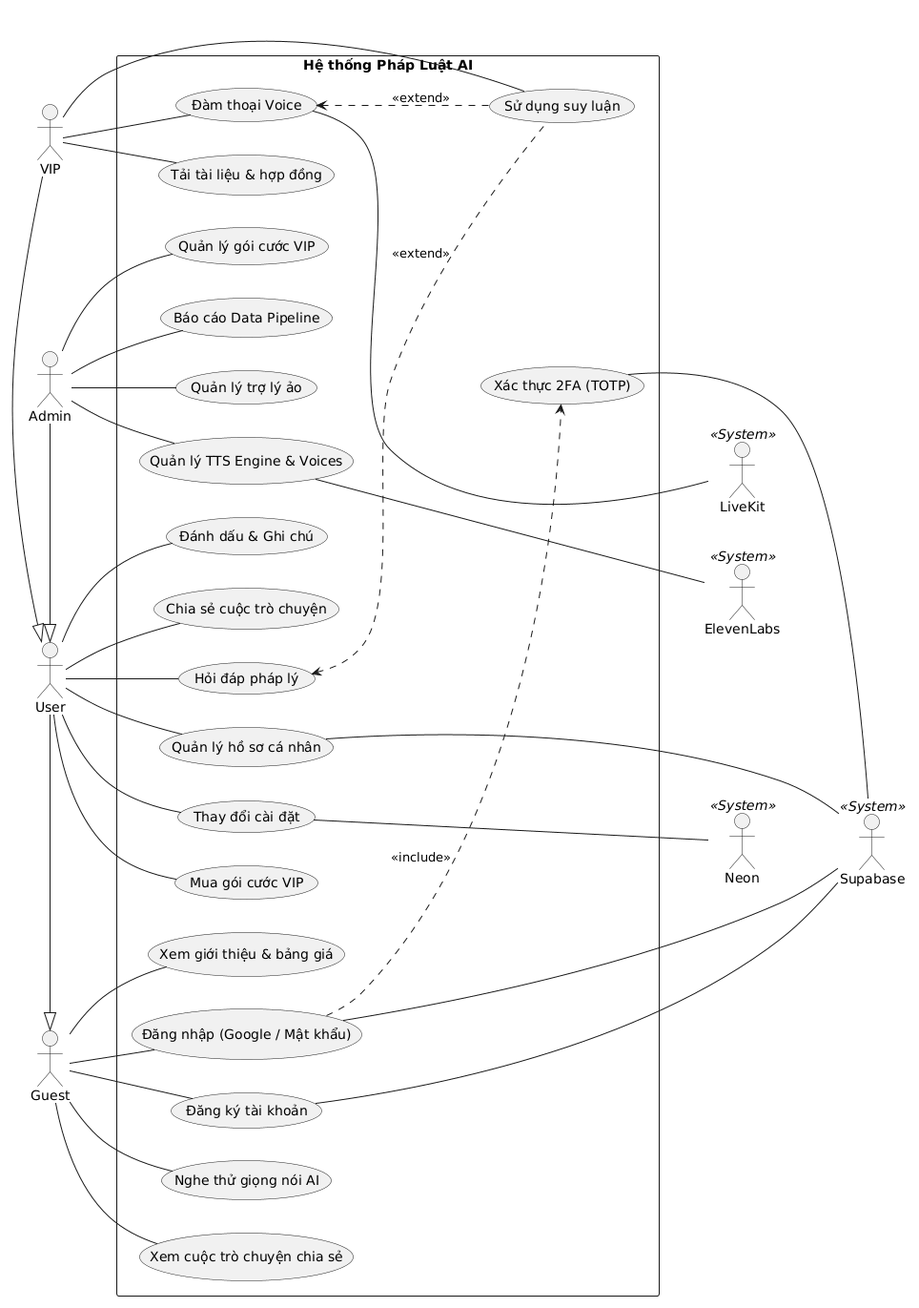
Earlier version of the PlantUML export docs/1. Tổng quan đề tài/1.3. Bài toán nghiệp vụ/UseCase.png (20206205Tech/docs-markdown).
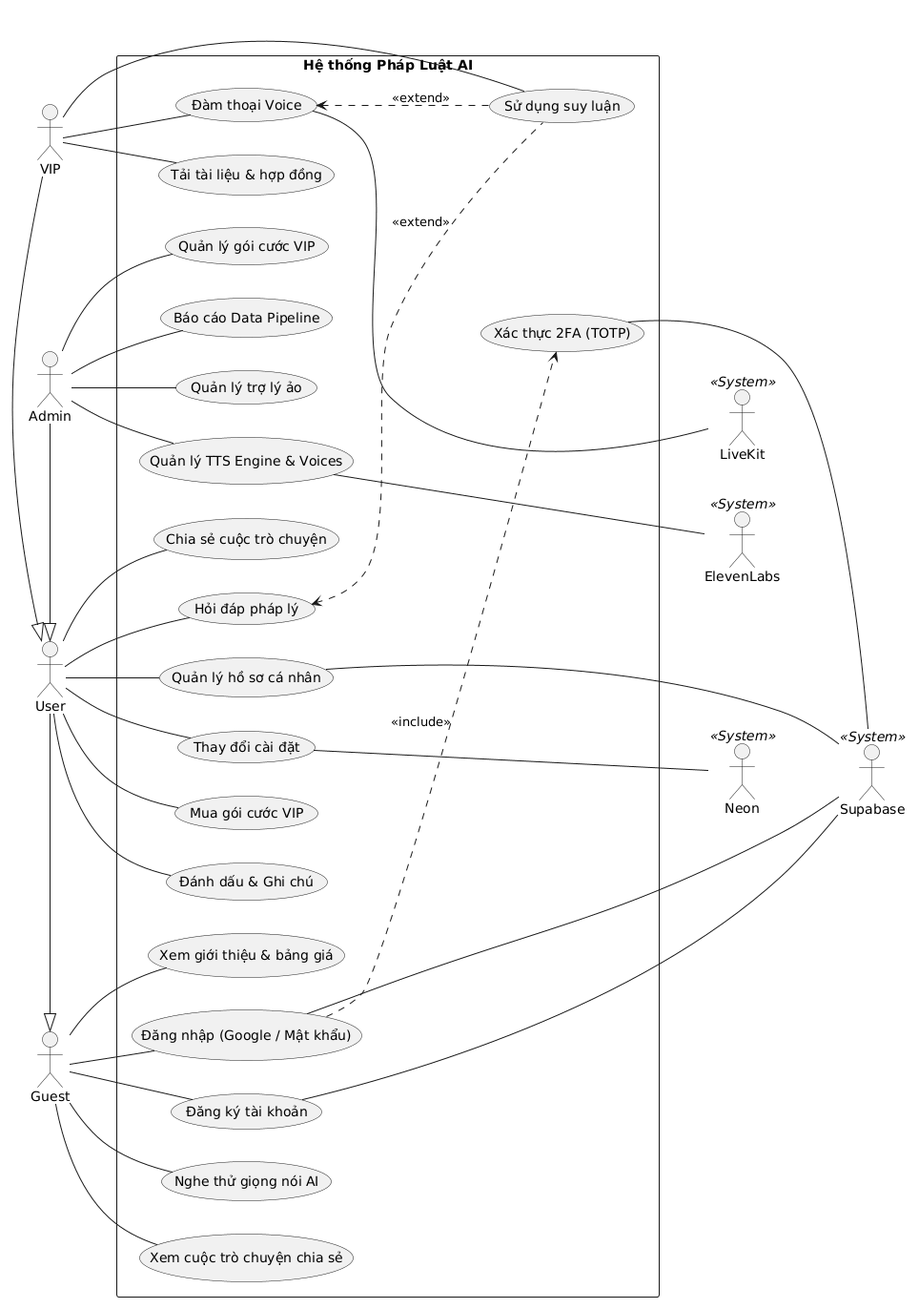
After the commit.

Diff of the diagram source:
```diff
@@ -3,73 +3,52 @@
 skinparam packageStyle rectangle
 skinparam shadowing false
 
-
-
-
 actor "Admin" as Admin
-actor "VIP" as VIP
-actor "User" as User
+actor "VIP"   as VIP
+actor "User"  as User
 actor "Guest" as Guest
 
+actor "LiveKit"    as LiveKit    << System >>
+actor "ElevenLabs" as ElevenLabs << System >>
+actor "Supabase"   as Supabase   << System >>
+actor "Neon"       as Neon       << System >>
 
-
-
-
-
-actor "LiveKit" as LiveKit    << System >>
-actor "ElevenLabs" as ElevenLabs    << System >>
-actor "Supabase" as Supabase  << System >>
-actor "Neon" as Neon        << System >>
-
-
-
-VIP -|> User
-
-User -|> Guest
-
+VIP   -|> User
+User  -|> Guest
 Admin -|> User
-
-
-
-
-
-
-
-
 
 rectangle "Hệ thống Pháp Luật AI" {
 
-  usecase "Quản lý trợ lý ảo" as UC_Admin1
-  usecase "Quản lý TTS Engine & Voices" as UC_Admin2
-  usecase "Quản lý gói cước VIP" as UC_Admin4
-  usecase "Báo cáo Data Pipeline" as UC_Admin5
+  usecase "Quản lý trợ lý ảo"             as UC_Admin1
+  usecase "Quản lý TTS Engine & Voices"   as UC_Admin2
+  usecase "Quản lý gói cước VIP"          as UC_Admin4
+  usecase "Báo cáo Data Pipeline"         as UC_Admin5
 
+  usecase "Xem giới thiệu & bảng giá"     as UC_Guest1
+  usecase "Đăng ký tài khoản"             as UC_Guest2
+  usecase "Đăng nhập (Google / Mật khẩu)" as UC_Guest3
+  usecase "Nghe thử giọng nói AI"         as UC_Guest4
+  usecase "Xem cuộc trò chuyện chia sẻ"   as UC_Guest5
 
-  usecase "Xem giới thiệu & bảng giá" as UC_Guest1
-  usecase "Đăng ký tài khoản" as UC_Guest2
-  usecase "Đăng nhập (Google / Mật khẩu)" as UC_Guest3
-  usecase "Nghe thử giọng nói AI" as UC_Guest4
-  usecase "Xem cuộc trò chuyện chia sẻ" as UC_Guest5
+  usecase "Thay đổi cài đặt"              as UC_User3
 
-  usecase "Xác thực 2FA (TOTP)" as UC_User1
-  usecase "Quản lý hồ sơ cá nhân" as UC_User2
-  usecase "Thay đổi cài đặt" as UC_User3
-  usecase "Hỏi đáp pháp lý" as UC_User4
-  usecase "Mua gói cước VIP" as UC_User5
-  usecase "Đánh dấu & Ghi chú" as UC_User6
-  usecase "Chia sẻ cuộc trò chuyện" as UC_User7
+  usecase "Hỏi đáp pháp lý"               as UC_User4
+  usecase "Mua gói cước VIP"              as UC_User5
+  usecase "Đánh dấu & Ghi chú"            as UC_User6
+  usecase "Chia sẻ cuộc trò chuyện"       as UC_User7
+  usecase "Quản lý hồ sơ cá nhân"         as UC_User2
 
-  usecase "Đàm thoại Voice" as UC_VIP2
+  usecase "Đàm thoại Voice"               as UC_VIP2
 
+  usecase "Tải tài liệu & hợp đồng"       as UC_VIP3
 
-  usecase "Tải tài liệu & hợp đồng" as UC_VIP3
+  usecase "Sử dụng suy luận"              as UC_VIP1
 
-  usecase "Sử dụng suy luận" as UC_VIP1
-
+  usecase "Xác thực 2FA (TOTP)"           as UC_User1
 
   (UC_Guest3) ..> (UC_User1) : <<include>>
-  (UC_User4) <.. (UC_VIP1) : <<extend>>
-  (UC_VIP2) <.. (UC_VIP1) : <<extend>>
+  (UC_User4)  <.. (UC_VIP1)  : <<extend>>
+  (UC_VIP2)   <.. (UC_VIP1)  : <<extend>>
 }
 
 Admin -- UC_Admin1
@@ -83,24 +62,25 @@
 Guest -- UC_Guest4
 Guest -- UC_Guest5
 
-User -- UC_User2
-User -- UC_User3
-User -- UC_User4
-User -- UC_User5
-User -- UC_User6
-User -- UC_User7
+User  -- UC_User3
+User  -- UC_User4
+User  -- UC_User5
+User  -- UC_User6
+User  -- UC_User7
+User  -- UC_User2
 
-VIP -- UC_VIP1
-VIP -- UC_VIP2
-VIP -- UC_VIP3
+VIP   -- UC_VIP1
+VIP   -- UC_VIP2
+VIP   -- UC_VIP3
 
-UC_VIP2 --- LiveKit
+UC_VIP2   --- LiveKit
 UC_Admin2 --- ElevenLabs
+
+UC_User3  --- Neon
 
 UC_Guest2 --- Supabase
 UC_Guest3 --- Supabase
-UC_User1 --- Supabase
-UC_User2 --- Supabase
+UC_User2  --- Supabase
 
-UC_User3 --- Neon
+UC_User1  --- Supabase
 @enduml
```
